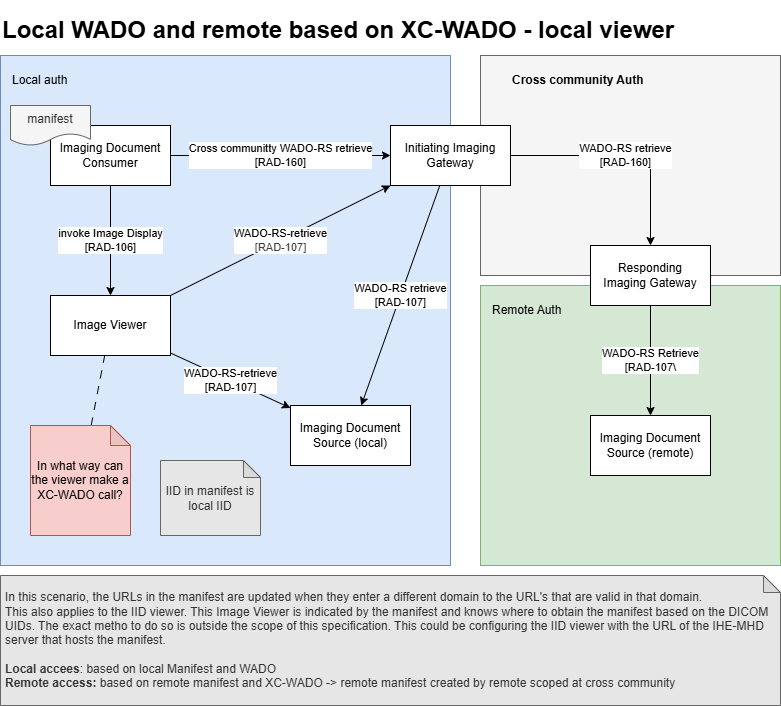
hl7-eu/imaging-manifest keeps this draw.io diagram as mado-profile-images/actors-2-remote-local-viewer.drawio.png. Above is the earlier version. Source tidied: cells renumbered, new cells last; positions are measured from the earlier drawing's top-left corner, leaving out a move shared by most shapes.
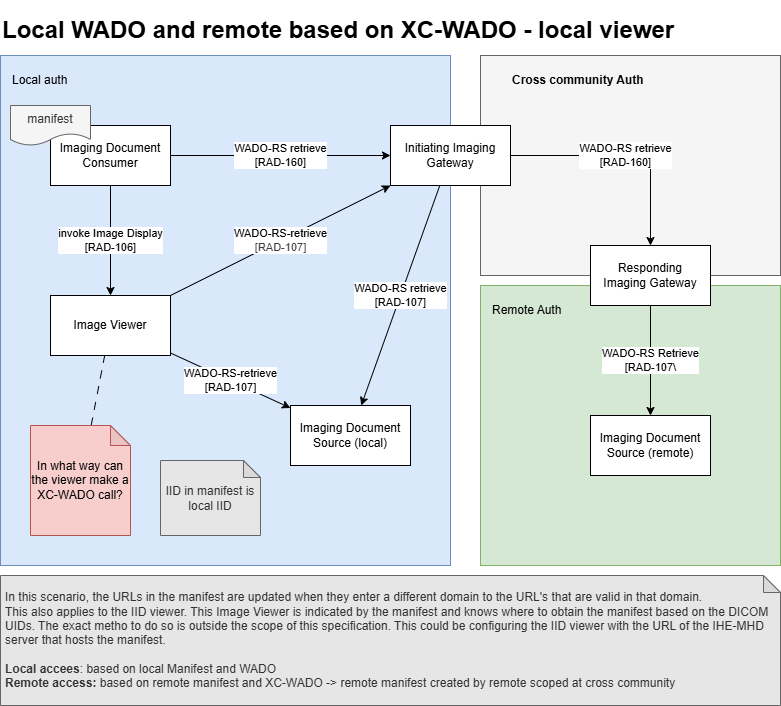
After the change.

Change to the diagram source:
```diff
@@ -26,7 +26,7 @@
     <mxCell id="9" value="WADO-RS retrieve&lt;div&gt;[RAD-107]&lt;/div&gt;" style="edgeStyle=none;html=1;" parent="1" edge="1" source="7" target="14">
       <mxGeometry relative="1" as="geometry" />
     </mxCell>
-    <mxCell id="10" value="Cross communitty WADO-RS retrieve&lt;div&gt;[RAD-160]&lt;/div&gt;" style="edgeStyle=none;html=1;" parent="1" edge="1" source="11" target="7">
+    <mxCell id="10" value="WADO-RS retrieve&lt;div&gt;[RAD-160]&lt;/div&gt;" style="edgeStyle=none;html=1;" parent="1" edge="1" source="11" target="7">
       <mxGeometry relative="1" as="geometry" />
     </mxCell>
     <mxCell id="11" value="Imaging Document&lt;div&gt;Consumer&lt;/div&gt;" style="whiteSpace=wrap;html=1;" parent="1" vertex="1">
```
